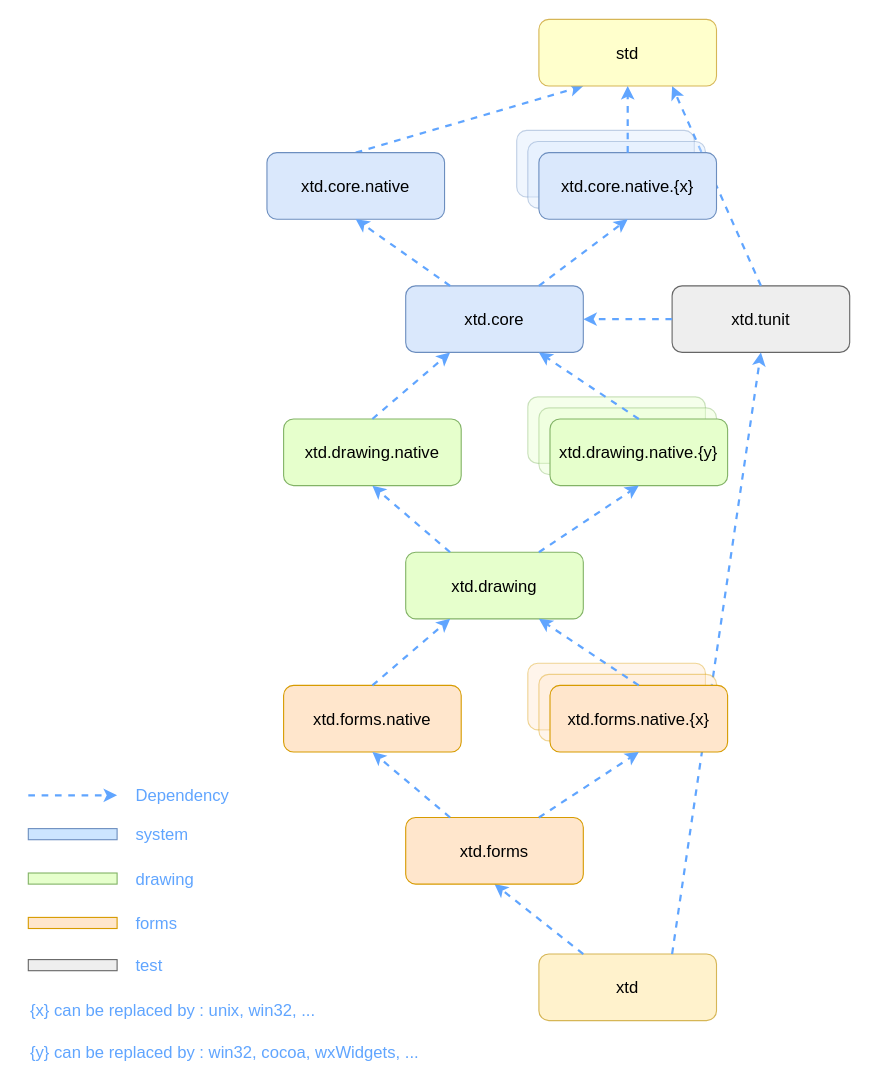
Earlier version of the draw.io diagram docs/pictures/diagrams/hierarchy.drawio (gammasoft71/xtd). Source tidied: cells renumbered, new cells numbered last; positions are measured from the earlier drawing's top-left corner, leaving out a move shared by most shapes. Both pictures are drawn from the tidied source at 111%, with x=0, y=0 at pixel (28, 19).
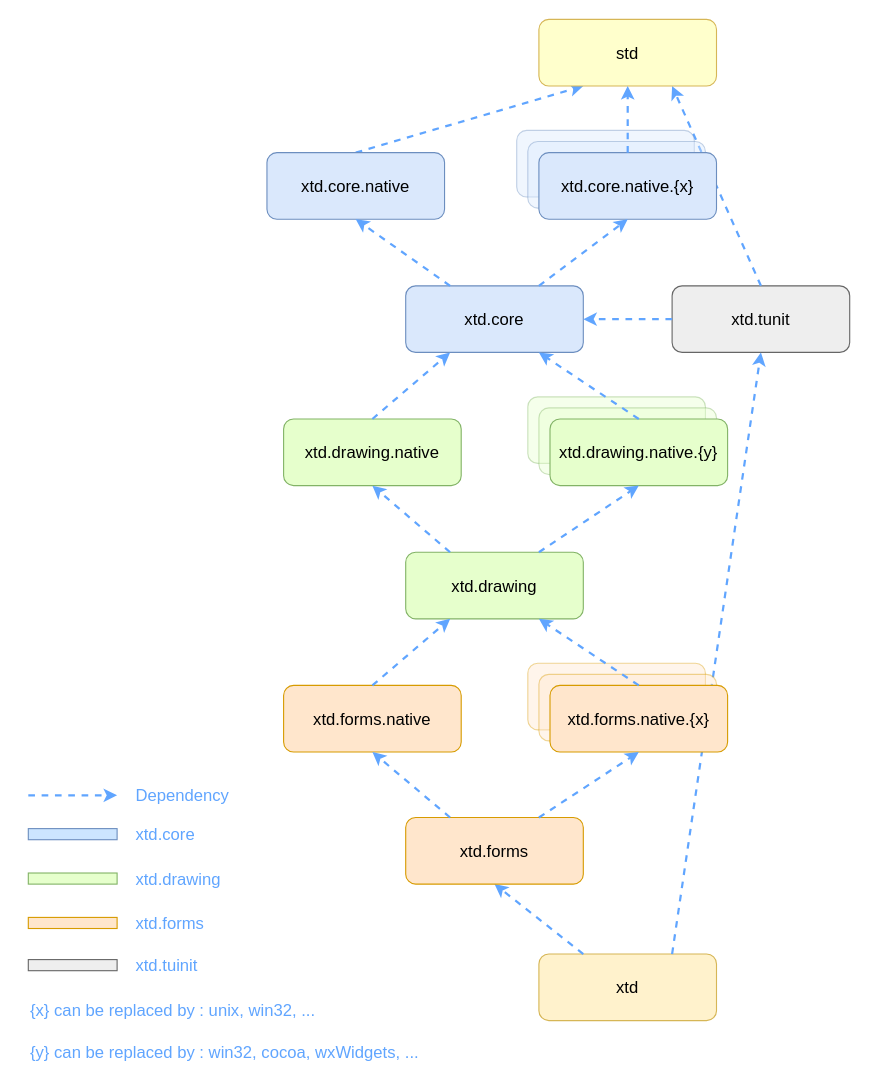
The same diagram, later.

What changed in the source:
```diff
@@
-    <mxCell id="8" value="system" style="text;html=1;strokeColor=none;fillColor=none;align=left;verticalAlign=middle;whiteSpace=wrap;fontSize=15;fontColor=#60A5FF;" parent="1" vertex="1">
+    <mxCell id="8" value="xtd.core" style="text;html=1;strokeColor=none;fillColor=none;align=left;verticalAlign=middle;whiteSpace=wrap;fontSize=15;fontColor=#60A5FF;" parent="1" vertex="1">
       <mxGeometry x="95" y="724" width="120" height="20" as="geometry" />
     </mxCell>
@@
-    <mxCell id="10" value="drawing" style="text;html=1;strokeColor=none;fillColor=none;align=left;verticalAlign=middle;whiteSpace=wrap;fontSize=15;fontColor=#60A5FF;" parent="1" vertex="1">
+    <mxCell id="10" value="xtd.drawing" style="text;html=1;strokeColor=none;fillColor=none;align=left;verticalAlign=middle;whiteSpace=wrap;fontSize=15;fontColor=#60A5FF;" parent="1" vertex="1">
       <mxGeometry x="95" y="764" width="120" height="20" as="geometry" />
     </mxCell>
@@
-    <mxCell id="12" value="forms" style="text;html=1;strokeColor=none;fillColor=none;align=left;verticalAlign=middle;whiteSpace=wrap;fontSize=15;fontColor=#60A5FF;" parent="1" vertex="1">
+    <mxCell id="12" value="xtd.forms" style="text;html=1;strokeColor=none;fillColor=none;align=left;verticalAlign=middle;whiteSpace=wrap;fontSize=15;fontColor=#60A5FF;" parent="1" vertex="1">
       <mxGeometry x="95" y="804" width="120" height="20" as="geometry" />
     </mxCell>
@@
-    <mxCell id="21" value="test" style="text;html=1;strokeColor=none;fillColor=none;align=left;verticalAlign=middle;whiteSpace=wrap;fontSize=15;fontColor=#60A5FF;" parent="1" vertex="1">
+    <mxCell id="21" value="xtd.tuinit" style="text;html=1;strokeColor=none;fillColor=none;align=left;verticalAlign=middle;whiteSpace=wrap;fontSize=15;fontColor=#60A5FF;" parent="1" vertex="1">
       <mxGeometry x="95" y="842" width="120" height="20" as="geometry" />
     </mxCell>
```
